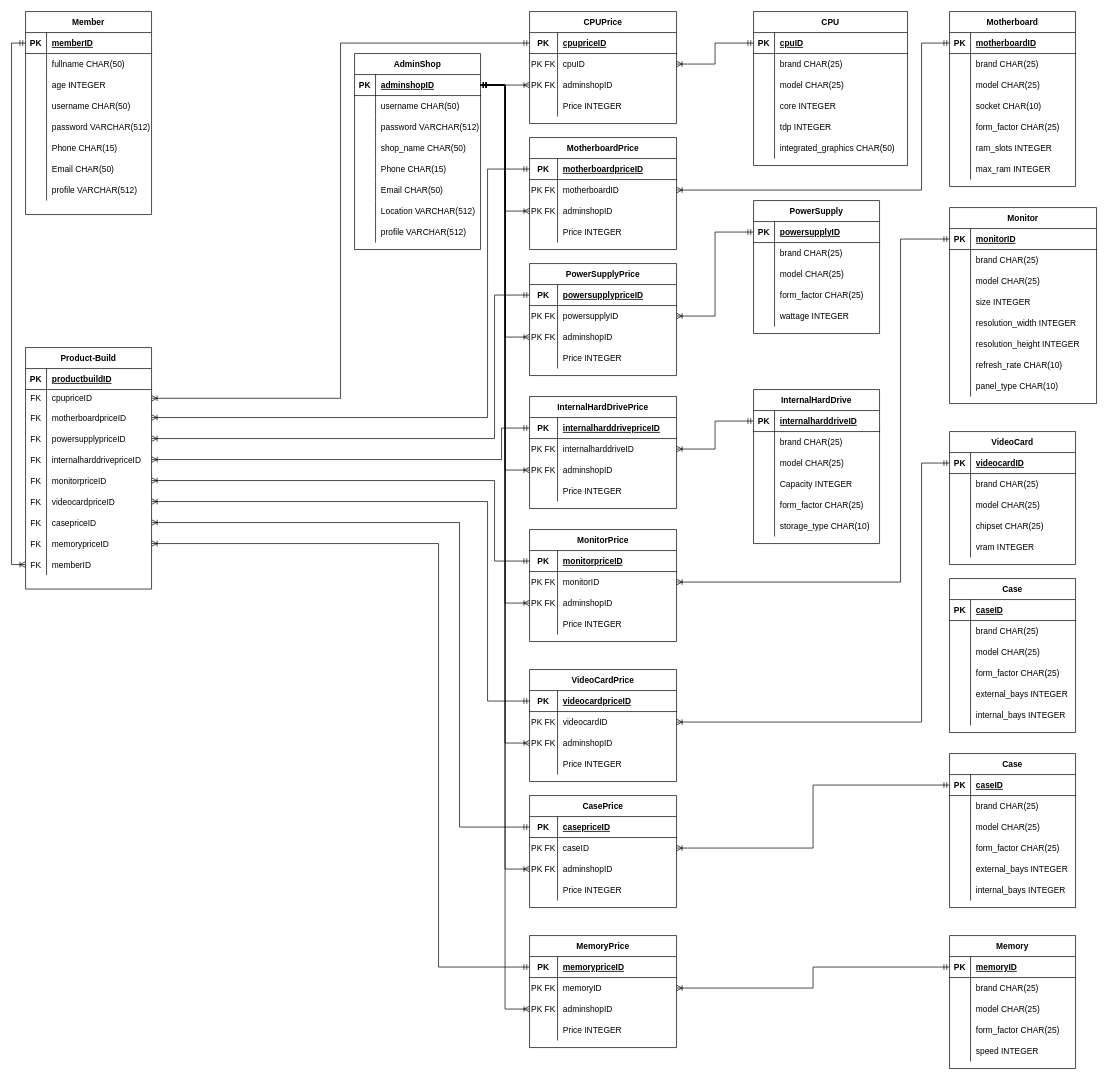
Above: component_crawler/Database/diagram/buildpc.drawio in vichhika/WCT_Y3 (draw.io), before the change. Source tidied: cells renumbered, new cells numbered last; positions are measured from the earlier drawing's top-left corner, leaving out a move shared by most shapes. Both pictures are drawn from the tidied source at 70%, with x=0, y=0 at pixel (11, 11).
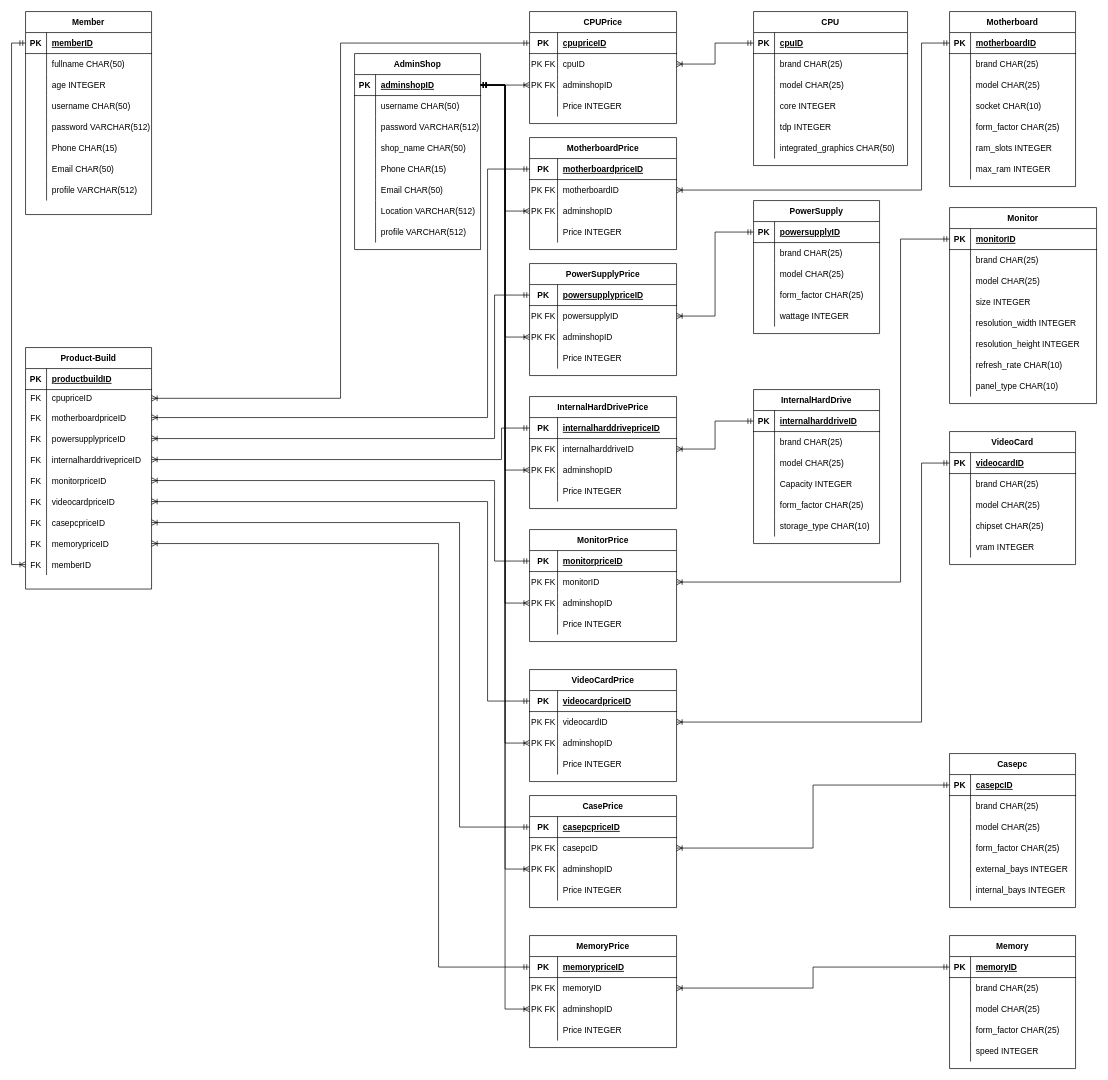
The same diagram, later.

Unchanged cells that the change refers to:
```xml
<mxCell id="282" style="shape=partialRectangle;fillColor=none;top=0;left=0;bottom=0;right=0;points=[[0,0.5],[1,0.5]];portConstraint=eastwest;" parent="260" vertex="1">
  <mxGeometry y="235" width="180" height="30" as="geometry" />
</mxCell>
<mxCell id="317" style="shape=partialRectangle;fillColor=none;top=0;left=0;bottom=1;right=0;points=[[0,0.5],[1,0.5]];portConstraint=eastwest;" parent="316" vertex="1">
  <mxGeometry y="30" width="180" height="30" as="geometry" />
</mxCell>
<mxCell id="336" style="shape=partialRectangle;fillColor=none;top=0;left=0;bottom=1;right=0;points=[[0,0.5],[1,0.5]];portConstraint=eastwest;" parent="335" vertex="1">
  <mxGeometry y="30" width="210" height="30" as="geometry" />
</mxCell>
<mxCell id="339" style="shape=partialRectangle;fillColor=none;top=0;left=0;bottom=0;right=0;points=[[0,0.5],[1,0.5]];portConstraint=eastwest;" parent="335" vertex="1">
  <mxGeometry y="60" width="210" height="30" as="geometry" />
</mxCell>
```

What changed in the source:
```diff
@@
-    <mxCell id="284" value="casepriceID" style="shape=partialRectangle;fillColor=none;top=0;left=0;bottom=0;right=0;align=left;spacingLeft=6;overflow=hidden;" parent="282" vertex="1">
+    <mxCell id="284" value="casepcpriceID" style="shape=partialRectangle;fillColor=none;top=0;left=0;bottom=0;right=0;align=left;spacingLeft=6;overflow=hidden;" parent="282" vertex="1">
       <mxGeometry x="30" width="150" height="30" as="geometry" />
     </mxCell>
@@
-    <mxCell id="297" value="Case" style="shape=table;startSize=30;childLayout=tableLayout;rowLines=0;fontStyle=1;align=center;" parent="1" vertex="1">
-      <mxGeometry x="1340" y="810" width="180" height="220" as="geometry" />
-    </mxCell>
-    <mxCell id="298" style="shape=partialRectangle;fillColor=none;top=0;left=0;bottom=1;right=0;" parent="297" vertex="1">
-      <mxGeometry y="30" width="180" height="30" as="geometry" />
-    </mxCell>
-    <mxCell id="299" value="PK" style="shape=partialRectangle;fillColor=none;top=0;left=0;bottom=0;right=0;fontStyle=1;overflow=hidden;" parent="298" vertex="1">
-      <mxGeometry width="30" height="30" as="geometry" />
-    </mxCell>
-    <mxCell id="300" value="caseID" style="shape=partialRectangle;fillColor=none;top=0;left=0;bottom=0;right=0;align=left;spacingLeft=6;fontStyle=5;overflow=hidden;" parent="298" vertex="1">
-      <mxGeometry x="30" width="150" height="30" as="geometry" />
-    </mxCell>
-    <mxCell id="301" style="shape=partialRectangle;fillColor=none;top=0;left=0;bottom=0;right=0;" parent="297" vertex="1">
-      <mxGeometry y="60" width="180" height="30" as="geometry" />
-    </mxCell>
-    <mxCell id="302" style="shape=partialRectangle;fillColor=none;top=0;left=0;bottom=0;right=0;overflow=hidden;" parent="301" vertex="1">
-      <mxGeometry width="30" height="30" as="geometry" />
-    </mxCell>
-    <mxCell id="303" value="brand CHAR(25)" style="shape=partialRectangle;fillColor=none;top=0;left=0;bottom=0;right=0;align=left;spacingLeft=6;overflow=hidden;" parent="301" vertex="1">
-      <mxGeometry x="30" width="150" height="30" as="geometry" />
-    </mxCell>
-    <mxCell id="304" style="shape=partialRectangle;fillColor=none;top=0;left=0;bottom=0;right=0;" parent="297" vertex="1">
-      <mxGeometry y="90" width="180" height="30" as="geometry" />
-    </mxCell>
-    <mxCell id="305" style="shape=partialRectangle;fillColor=none;top=0;left=0;bottom=0;right=0;overflow=hidden;" parent="304" vertex="1">
-      <mxGeometry width="30" height="30" as="geometry" />
-    </mxCell>
-    <mxCell id="306" value="model CHAR(25)" style="shape=partialRectangle;fillColor=none;top=0;left=0;bottom=0;right=0;align=left;spacingLeft=6;overflow=hidden;" parent="304" vertex="1">
-      <mxGeometry x="30" width="150" height="30" as="geometry" />
-    </mxCell>
-    <mxCell id="307" style="shape=partialRectangle;fillColor=none;top=0;left=0;bottom=0;right=0;" parent="297" vertex="1">
-      <mxGeometry y="120" width="180" height="30" as="geometry" />
-    </mxCell>
-    <mxCell id="308" style="shape=partialRectangle;fillColor=none;top=0;left=0;bottom=0;right=0;overflow=hidden;" parent="307" vertex="1">
-      <mxGeometry width="30" height="30" as="geometry" />
-    </mxCell>
-    <mxCell id="309" value="form_factor CHAR(25)" style="shape=partialRectangle;fillColor=none;top=0;left=0;bottom=0;right=0;align=left;spacingLeft=6;overflow=hidden;" parent="307" vertex="1">
-      <mxGeometry x="30" width="150" height="30" as="geometry" />
-    </mxCell>
-    <mxCell id="310" style="shape=partialRectangle;fillColor=none;top=0;left=0;bottom=0;right=0;" parent="297" vertex="1">
-      <mxGeometry y="150" width="180" height="30" as="geometry" />
-    </mxCell>
-    <mxCell id="311" style="shape=partialRectangle;fillColor=none;top=0;left=0;bottom=0;right=0;overflow=hidden;" parent="310" vertex="1">
-      <mxGeometry width="30" height="30" as="geometry" />
-    </mxCell>
-    <mxCell id="312" value="external_bays INTEGER" style="shape=partialRectangle;fillColor=none;top=0;left=0;bottom=0;right=0;align=left;spacingLeft=6;overflow=hidden;" parent="310" vertex="1">
-      <mxGeometry x="30" width="150" height="30" as="geometry" />
-    </mxCell>
-    <mxCell id="313" style="shape=partialRectangle;fillColor=none;top=0;left=0;bottom=0;right=0;" parent="297" vertex="1">
-      <mxGeometry y="180" width="180" height="30" as="geometry" />
-    </mxCell>
-    <mxCell id="314" style="shape=partialRectangle;fillColor=none;top=0;left=0;bottom=0;right=0;overflow=hidden;" parent="313" vertex="1">
-      <mxGeometry width="30" height="30" as="geometry" />
-    </mxCell>
-    <mxCell id="315" value="internal_bays INTEGER" style="shape=partialRectangle;fillColor=none;top=0;left=0;bottom=0;right=0;align=left;spacingLeft=6;overflow=hidden;" parent="313" vertex="1">
-      <mxGeometry x="30" width="150" height="30" as="geometry" />
-    </mxCell>
-    <mxCell id="316" value="Case" style="shape=table;startSize=30;childLayout=tableLayout;rowLines=0;fontStyle=1;align=center;" parent="1" vertex="1">
+    <mxCell id="316" value="Casepc" style="shape=table;startSize=30;childLayout=tableLayout;rowLines=0;fontStyle=1;align=center;" parent="1" vertex="1">
       <mxGeometry x="1340" y="1060" width="180" height="220" as="geometry" />
     </mxCell>
@@
-    <mxCell id="319" value="caseID" style="shape=partialRectangle;fillColor=none;top=0;left=0;bottom=0;right=0;align=left;spacingLeft=6;fontStyle=5;overflow=hidden;" parent="317" vertex="1">
+    <mxCell id="319" value="casepcID" style="shape=partialRectangle;fillColor=none;top=0;left=0;bottom=0;right=0;align=left;spacingLeft=6;fontStyle=5;overflow=hidden;" parent="317" vertex="1">
       <mxGeometry x="30" width="150" height="30" as="geometry" />
     </mxCell>
@@
-    <mxCell id="338" value="casepriceID" style="shape=partialRectangle;fillColor=none;top=0;left=0;bottom=0;right=0;align=left;spacingLeft=6;fontStyle=5;overflow=hidden;" parent="336" vertex="1">
+    <mxCell id="338" value="casepcpriceID" style="shape=partialRectangle;fillColor=none;top=0;left=0;bottom=0;right=0;align=left;spacingLeft=6;fontStyle=5;overflow=hidden;" parent="336" vertex="1">
       <mxGeometry x="40" width="170" height="30" as="geometry" />
     </mxCell>
@@
-    <mxCell id="341" value="caseID" style="shape=partialRectangle;fillColor=none;top=0;left=0;bottom=0;right=0;align=left;spacingLeft=6;overflow=hidden;" parent="339" vertex="1">
+    <mxCell id="341" value="casepcID" style="shape=partialRectangle;fillColor=none;top=0;left=0;bottom=0;right=0;align=left;spacingLeft=6;overflow=hidden;" parent="339" vertex="1">
       <mxGeometry x="40" width="170" height="30" as="geometry" />
     </mxCell>
```
